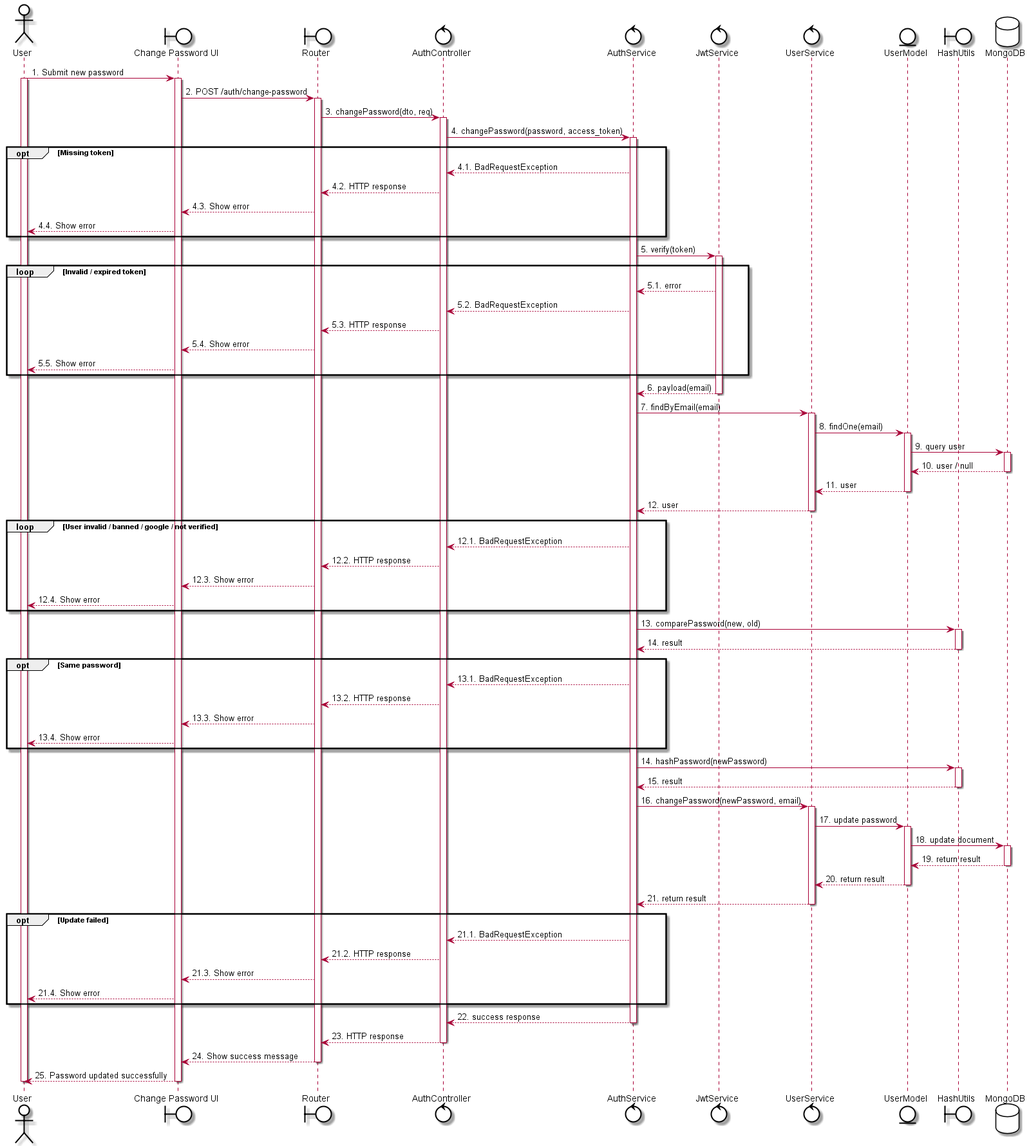
This is out/uc8 - Password Change/uc8 - Password Change.png from LGK1412/sequence_sep490_01, a PlantUML export, as it was before one commit. Its diagram source:
```plantuml
@startuml
skinparam {
    ActorBackgroundColor #FFFFFF
    BoundaryBackgroundColor #FFFFFF
    ControlBackgroundColor #FFFFFF
    EntityBackgroundColor #FFFFFF
    DatabaseBackgroundColor #FFFFFF

    ActorBorderColor black
    BoundaryBorderColor black
    ControlBorderColor black
    EntityBorderColor black
    DatabaseBorderColor black
}

actor User
boundary "Change Password UI" as UI
boundary Router
control AuthController
control AuthService
control JwtService
control UserService
entity UserModel
boundary HashUtils
database MongoDB

User -> UI: 1. Submit new password
activate User
activate UI

UI -> Router: 2. POST /auth/change-password
activate Router

Router -> AuthController: 3. changePassword(dto, req)
activate AuthController

AuthController -> AuthService: 4. changePassword(password, access_token)
activate AuthService

opt Missing token
    AuthService --> AuthController: 4.1. BadRequestException
    AuthController --> Router: 4.2. HTTP response
    Router --> UI: 4.3. Show error
    UI --> User: 4.4. Show error
end

AuthService -> JwtService: 5. verify(token)
activate JwtService

loop Invalid / expired token
    JwtService --> AuthService: 5.1. error
    AuthService --> AuthController: 5.2. BadRequestException
    AuthController --> Router: 5.3. HTTP response
    Router --> UI: 5.4. Show error
    UI --> User: 5.5. Show error
end

JwtService --> AuthService: 6. payload(email)
deactivate JwtService

AuthService -> UserService: 7. findByEmail(email)
activate UserService
UserService -> UserModel: 8. findOne(email)
activate UserModel
UserModel -> MongoDB: 9. query user
activate MongoDB
MongoDB --> UserModel: 10. user / null
deactivate MongoDB
UserModel --> UserService: 11. user
deactivate UserModel
UserService --> AuthService: 12. user
deactivate UserService

loop User invalid / banned / google / not verified
    AuthService --> AuthController: 12.1. BadRequestException
    AuthController --> Router: 12.2. HTTP response
    Router --> UI: 12.3. Show error
    UI --> User: 12.4. Show error
end

AuthService -> HashUtils: 13. comparePassword(new, old)
activate HashUtils
HashUtils --> AuthService: 14. result
deactivate HashUtils

opt Same password
    AuthService --> AuthController: 13.1. BadRequestException
    AuthController --> Router: 13.2. HTTP response
    Router --> UI: 13.3. Show error
    UI --> User: 13.4. Show error
end

AuthService -> HashUtils: 14. hashPassword(newPassword)
activate HashUtils
HashUtils --> AuthService: 15. result
deactivate HashUtils

AuthService -> UserService: 16. changePassword(newPassword, email)
activate UserService
UserService -> UserModel: 17. update password
activate UserModel
UserModel -> MongoDB: 18. update document
activate MongoDB
MongoDB --> UserModel: 19. return result
deactivate MongoDB
UserModel --> UserService: 20. return result
deactivate UserModel
UserService --> AuthService: 21. return result
deactivate UserService

opt Update failed
    AuthService --> AuthController: 21.1. BadRequestException
    AuthController --> Router: 21.2. HTTP response
    Router --> UI: 21.3. Show error
    UI --> User: 21.4. Show error
end

AuthService --> AuthController: 22. success response
deactivate AuthService

AuthController --> Router: 23. HTTP response
deactivate AuthController
Router --> UI: 24. Show success message
deactivate Router
UI --> User: 25. Password updated successfully
deactivate UI
deactivate User
@enduml
```
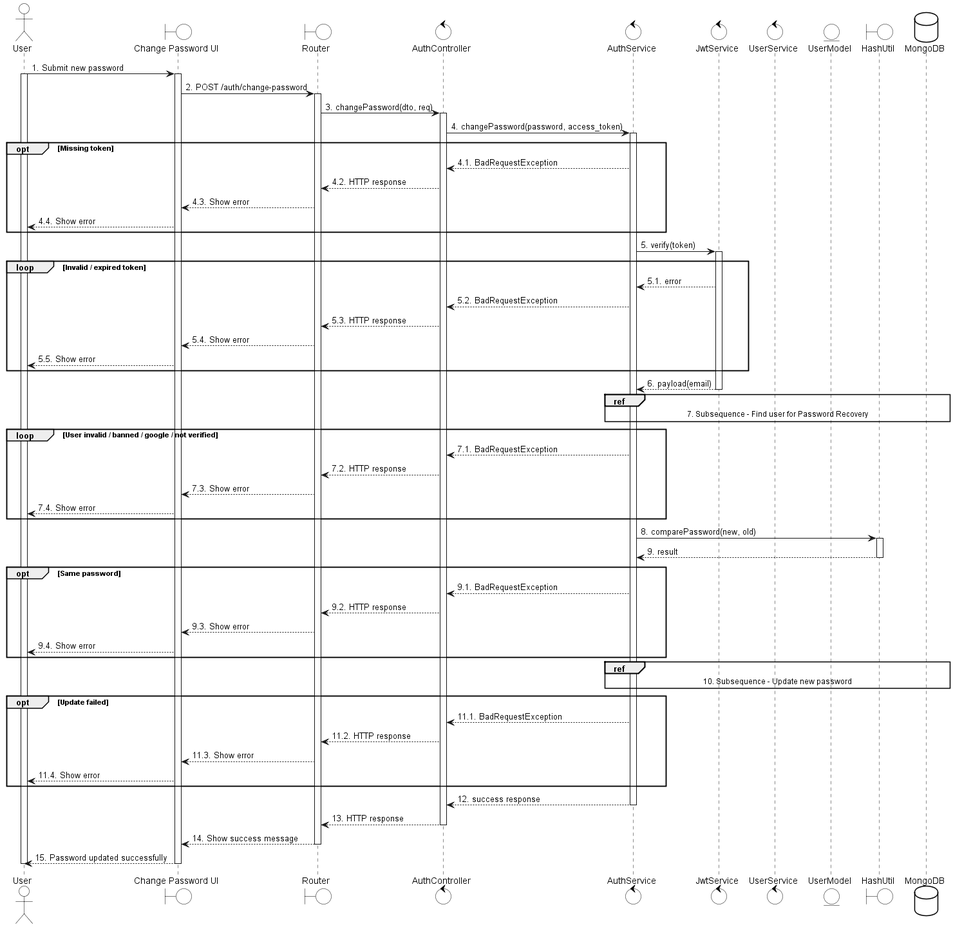
The same file after the commit.

Diff of the diagram source:
```diff
@@ -21,7 +21,7 @@
 control JwtService
 control UserService
 entity UserModel
-boundary HashUtils
+boundary HashUtil
 database MongoDB
 
 User -> UI: 1. Submit new password
@@ -58,71 +58,48 @@
 JwtService --> AuthService: 6. payload(email)
 deactivate JwtService
 
-AuthService -> UserService: 7. findByEmail(email)
-activate UserService
-UserService -> UserModel: 8. findOne(email)
-activate UserModel
-UserModel -> MongoDB: 9. query user
-activate MongoDB
-MongoDB --> UserModel: 10. user / null
-deactivate MongoDB
-UserModel --> UserService: 11. user
-deactivate UserModel
-UserService --> AuthService: 12. user
-deactivate UserService
+ref over AuthService, UserService, UserModel, MongoDB
+    7. Subsequence - Find user for Password Recovery
+end ref
 
 loop User invalid / banned / google / not verified
-    AuthService --> AuthController: 12.1. BadRequestException
-    AuthController --> Router: 12.2. HTTP response
-    Router --> UI: 12.3. Show error
-    UI --> User: 12.4. Show error
+    AuthService --> AuthController: 7.1. BadRequestException
+    AuthController --> Router: 7.2. HTTP response
+    Router --> UI: 7.3. Show error
+    UI --> User: 7.4. Show error
 end
 
-AuthService -> HashUtils: 13. comparePassword(new, old)
-activate HashUtils
-HashUtils --> AuthService: 14. result
-deactivate HashUtils
+AuthService -> HashUtil: 8. comparePassword(new, old)
+activate HashUtil
+HashUtil --> AuthService: 9. result
+deactivate HashUtil
 
 opt Same password
-    AuthService --> AuthController: 13.1. BadRequestException
-    AuthController --> Router: 13.2. HTTP response
-    Router --> UI: 13.3. Show error
-    UI --> User: 13.4. Show error
+    AuthService --> AuthController: 9.1. BadRequestException
+    AuthController --> Router: 9.2. HTTP response
+    Router --> UI: 9.3. Show error
+    UI --> User: 9.4. Show error
 end
 
-AuthService -> HashUtils: 14. hashPassword(newPassword)
-activate HashUtils
-HashUtils --> AuthService: 15. result
-deactivate HashUtils
-
-AuthService -> UserService: 16. changePassword(newPassword, email)
-activate UserService
-UserService -> UserModel: 17. update password
-activate UserModel
-UserModel -> MongoDB: 18. update document
-activate MongoDB
-MongoDB --> UserModel: 19. return result
-deactivate MongoDB
-UserModel --> UserService: 20. return result
-deactivate UserModel
-UserService --> AuthService: 21. return result
-deactivate UserService
+ref over AuthService, UserService, HashUtil, UserModel, MongoDB
+    10. Subsequence - Update new password
+end ref
 
 opt Update failed
-    AuthService --> AuthController: 21.1. BadRequestException
-    AuthController --> Router: 21.2. HTTP response
-    Router --> UI: 21.3. Show error
-    UI --> User: 21.4. Show error
+    AuthService --> AuthController: 11.1. BadRequestException
+    AuthController --> Router: 11.2. HTTP response
+    Router --> UI: 11.3. Show error
+    UI --> User: 11.4. Show error
 end
 
-AuthService --> AuthController: 22. success response
+AuthService --> AuthController: 12. success response
 deactivate AuthService
 
-AuthController --> Router: 23. HTTP response
+AuthController --> Router: 13. HTTP response
 deactivate AuthController
-Router --> UI: 24. Show success message
+Router --> UI: 14. Show success message
 deactivate Router
-UI --> User: 25. Password updated successfully
+UI --> User: 15. Password updated successfully
 deactivate UI
 deactivate User
 @enduml
```
